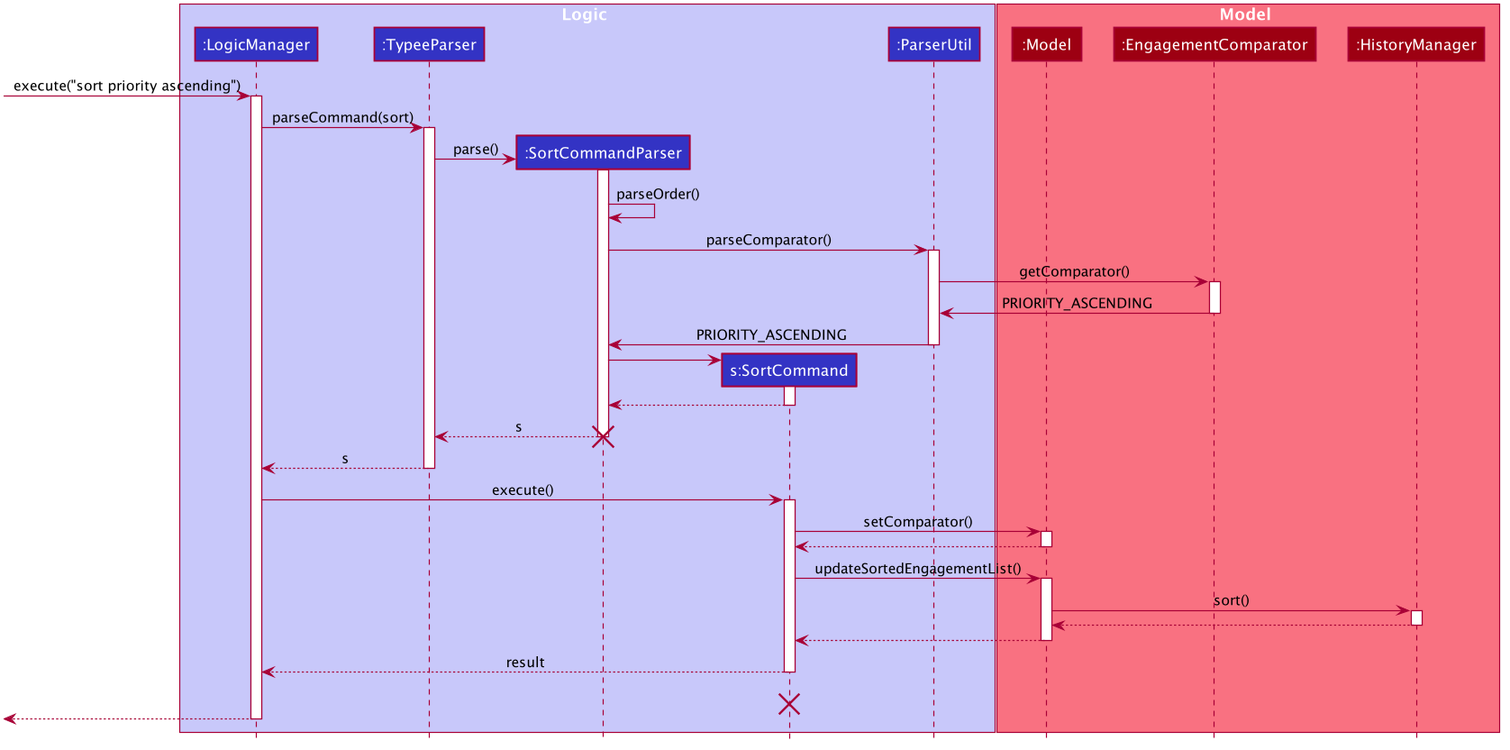
Before: docs/images/SortSequenceDiagram.png, a diagram exported from PlantUML (nus-cs2103-AY1920S1/addressbook-level3).
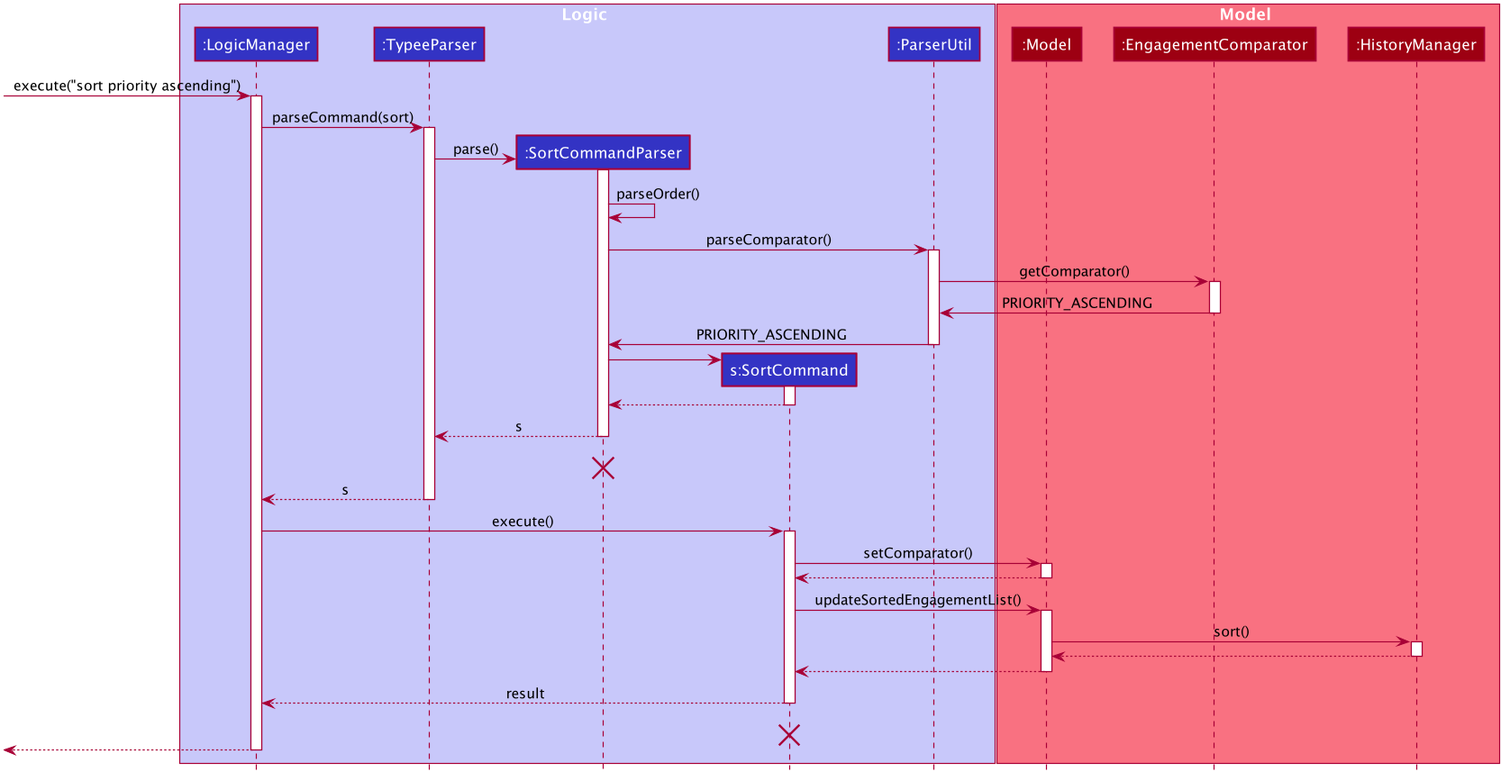
After the commit.

The edit, as a diff of the source:
```diff
@@ -73,7 +73,6 @@
 
 SortCommandParser -> SortCommandParser : parseOrder()
 
-
 SortCommandParser -> ParserUtil : parseComparator()
 activate ParserUtil
 
@@ -94,6 +93,7 @@
 
 SortCommandParser --> TypeeParser : s
 deactivate SortCommandParser
+SortCommandParser -[hidden]-> TypeeParser : s
 destroy SortCommandParser
 
 TypeeParser --> LogicManager : s
```
